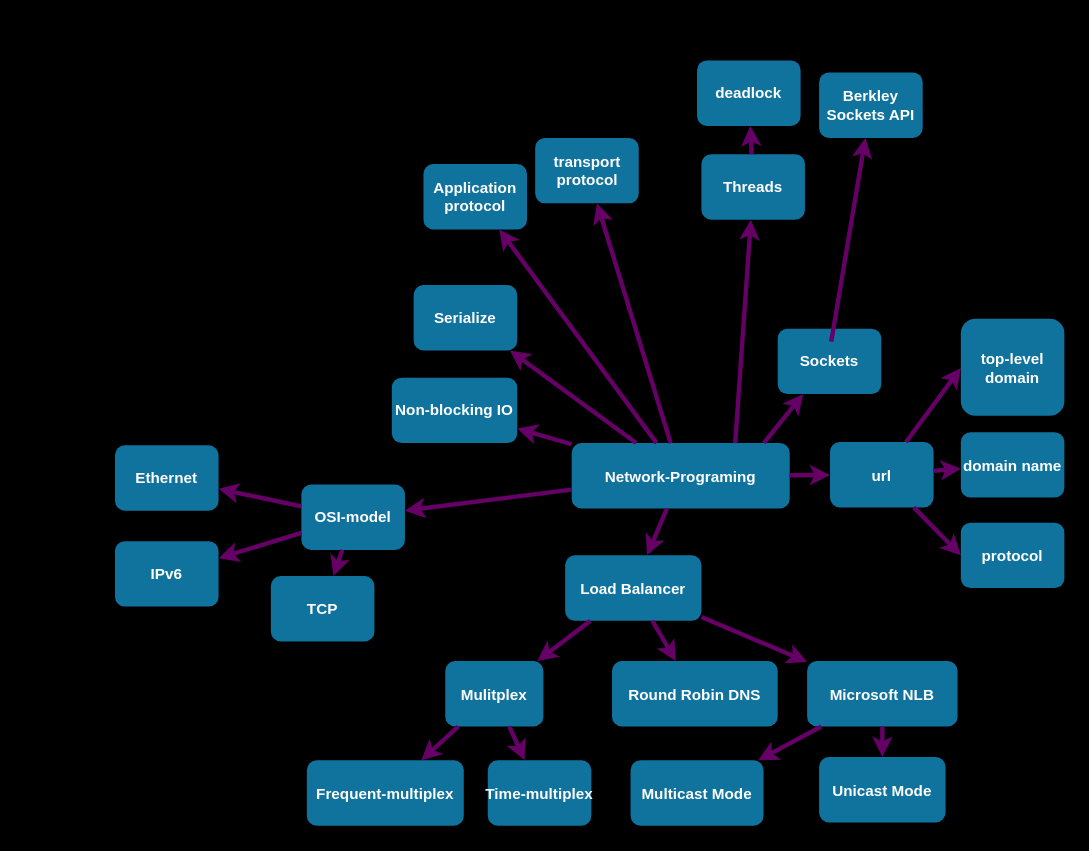
Earlier version of the draw.io diagram Nätverks.drawio (mogggen/Network-tests). Source tidied: cells renumbered, new cells numbered last; positions are measured from the earlier drawing's top-left corner, leaving out a move shared by most shapes. Both pictures are drawn from the tidied source at 109%, with x=0, y=0 at pixel (114, 60).
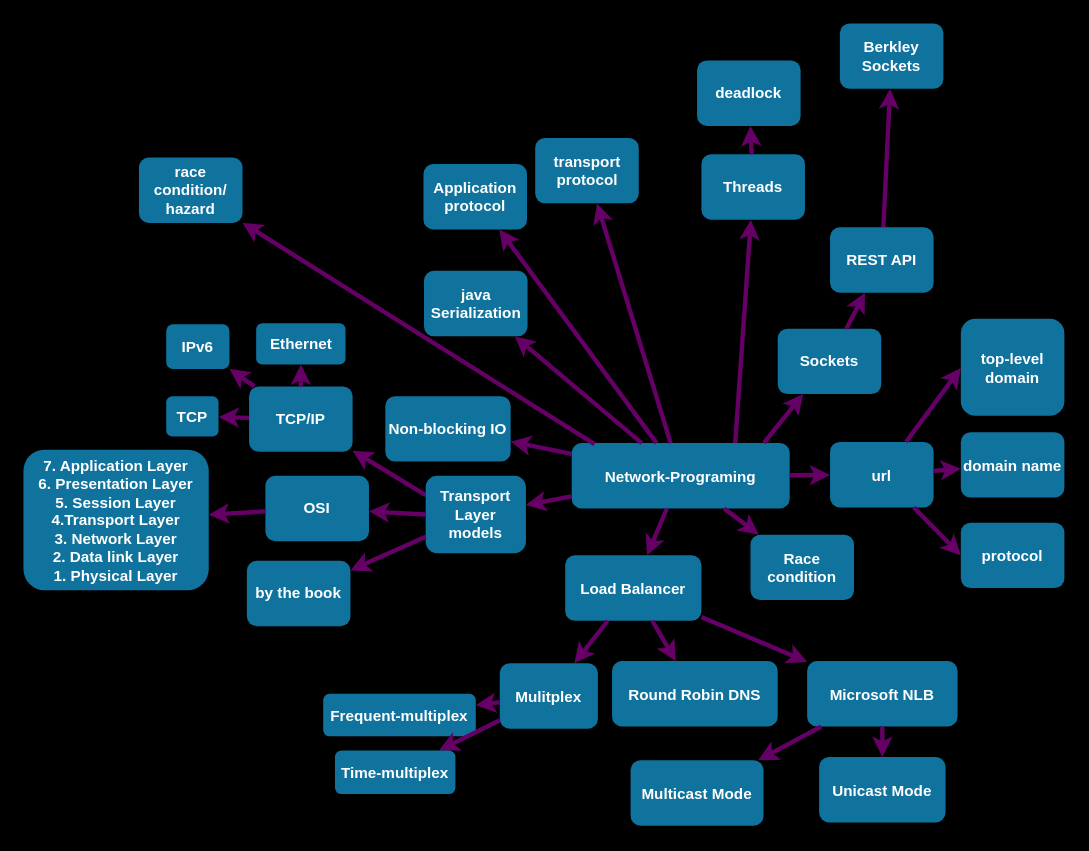
The same diagram, later.

Commit message:
more topics to topic tree

Unchanged cells that the change refers to:
```xml
<mxCell id="2" value="Network-Programing" style="rounded=1;fillColor=#10739E;strokeColor=none;shadow=1;gradientColor=none;fontStyle=1;fontColor=#FFFFFF;fontSize=14;" parent="1" vertex="1">
  <mxGeometry x="419" y="351" width="200" height="60" as="geometry" />
</mxCell>
<mxCell id="47" value="Sockets" style="rounded=1;fillColor=#10739E;strokeColor=none;shadow=1;gradientColor=none;fontStyle=1;fontColor=#FFFFFF;fontSize=14;whiteSpace=wrap;" parent="1" vertex="1">
  <mxGeometry x="608" y="246" width="95" height="60" as="geometry" />
</mxCell>
```

The edit, as a diff of the source:
```diff
@@
     <mxCell id="9" value="Mulitplex" style="rounded=1;fillColor=#10739E;strokeColor=none;shadow=1;gradientColor=none;fontStyle=1;fontColor=#FFFFFF;fontSize=14;" parent="1" vertex="1">
-      <mxGeometry x="303" y="551" width="90" height="60" as="geometry" />
+      <mxGeometry x="353" y="553" width="90" height="60" as="geometry" />
     </mxCell>
@@
     <mxCell id="15" value="Frequent-multiplex" style="rounded=1;fillColor=#10739E;strokeColor=none;shadow=1;gradientColor=none;fontStyle=1;fontColor=#FFFFFF;fontSize=14;" parent="1" vertex="1">
-      <mxGeometry x="176" y="642" width="144" height="60" as="geometry" />
+      <mxGeometry x="191" y="581" width="140" height="39" as="geometry" />
     </mxCell>
-    <mxCell id="16" style="endArrow=classic;html=1;strokeColor=#660066;strokeWidth=4;" parent="1" edge="1" source="9" target="15">
+    <mxCell id="16" style="endArrow=classic;html=1;strokeColor=#660066;strokeWidth=4;" parent="1" edge="1" source="9" target="17">
       <mxGeometry relative="1" as="geometry" />
     </mxCell>
     <mxCell id="17" value="Time-multiplex" style="rounded=1;fillColor=#10739E;strokeColor=none;shadow=1;gradientColor=none;fontStyle=1;fontColor=#FFFFFF;fontSize=14;" parent="1" vertex="1">
-      <mxGeometry x="342" y="642" width="95" height="60" as="geometry" />
+      <mxGeometry x="201.8" y="633" width="110.5" height="40" as="geometry" />
     </mxCell>
-    <mxCell id="18" style="endArrow=classic;html=1;strokeColor=#660066;strokeWidth=4;" parent="1" edge="1" source="9" target="17">
+    <mxCell id="18" style="endArrow=classic;html=1;strokeColor=#660066;strokeWidth=4;" parent="1" edge="1" source="9" target="15">
       <mxGeometry relative="1" as="geometry" />
     </mxCell>
@@
     <mxCell id="27" value="Non-blocking IO" style="rounded=1;fillColor=#10739E;strokeColor=none;shadow=1;gradientColor=none;fontStyle=1;fontColor=#FFFFFF;fontSize=14;whiteSpace=wrap;" parent="1" vertex="1">
-      <mxGeometry x="254" y="291" width="115" height="60" as="geometry" />
+      <mxGeometry x="248" y="308" width="115" height="60" as="geometry" />
     </mxCell>
@@
-    <mxCell id="29" value="OSI-model" style="rounded=1;fillColor=#10739E;strokeColor=none;shadow=1;gradientColor=none;fontStyle=1;fontColor=#FFFFFF;fontSize=14;whiteSpace=wrap;" parent="1" vertex="1">
-      <mxGeometry x="171" y="389" width="95" height="60" as="geometry" />
+    <mxCell id="29" value="TCP/IP" style="rounded=1;fillColor=#10739E;strokeColor=none;shadow=1;gradientColor=none;fontStyle=1;fontColor=#FFFFFF;fontSize=14;whiteSpace=wrap;" parent="1" vertex="1">
+      <mxGeometry x="123" y="299" width="95" height="60" as="geometry" />
     </mxCell>
-    <mxCell id="30" style="endArrow=classic;html=1;strokeColor=#660066;strokeWidth=4;" parent="1" edge="1" source="2" target="29">
+    <mxCell id="30" style="endArrow=classic;html=1;strokeColor=#660066;strokeWidth=4;exitX=0;exitY=0.25;exitDx=0;exitDy=0;" parent="1" edge="1" source="53" target="29">
       <mxGeometry relative="1" as="geometry" />
     </mxCell>
     <mxCell id="31" value="Ethernet" style="rounded=1;fillColor=#10739E;strokeColor=none;shadow=1;gradientColor=none;fontStyle=1;fontColor=#FFFFFF;fontSize=14;whiteSpace=wrap;" parent="1" vertex="1">
-      <mxGeometry y="353" width="95" height="60" as="geometry" />
+      <mxGeometry x="129.5" y="241" width="82" height="38" as="geometry" />
     </mxCell>
@@
     <mxCell id="33" value="IPv6" style="rounded=1;fillColor=#10739E;strokeColor=none;shadow=1;gradientColor=none;fontStyle=1;fontColor=#FFFFFF;fontSize=14;whiteSpace=wrap;" parent="1" vertex="1">
-      <mxGeometry y="441" width="95" height="60" as="geometry" />
+      <mxGeometry x="47" y="242" width="58" height="41" as="geometry" />
     </mxCell>
@@
     <mxCell id="35" value="TCP" style="rounded=1;fillColor=#10739E;strokeColor=none;shadow=1;gradientColor=none;fontStyle=1;fontColor=#FFFFFF;fontSize=14;whiteSpace=wrap;" parent="1" vertex="1">
-      <mxGeometry x="143" y="473" width="95" height="60" as="geometry" />
+      <mxGeometry x="47" y="308" width="48" height="37" as="geometry" />
     </mxCell>
@@
-    <mxCell id="41" value="Serialize" style="rounded=1;fillColor=#10739E;strokeColor=none;shadow=1;gradientColor=none;fontStyle=1;fontColor=#FFFFFF;fontSize=14;whiteSpace=wrap;" parent="1" vertex="1">
-      <mxGeometry x="274" y="206" width="95" height="60" as="geometry" />
+    <mxCell id="41" value="java&#10;Serialization" style="rounded=1;fillColor=#10739E;strokeColor=none;shadow=1;gradientColor=none;fontStyle=1;fontColor=#FFFFFF;fontSize=14;whiteSpace=wrap;" parent="1" vertex="1">
+      <mxGeometry x="283.5" y="193" width="95" height="60" as="geometry" />
     </mxCell>
@@
-    <mxCell id="49" value="Berkley Sockets API" style="rounded=1;fillColor=#10739E;strokeColor=none;shadow=1;gradientColor=none;fontStyle=1;fontColor=#FFFFFF;fontSize=14;whiteSpace=wrap;" parent="1" vertex="1">
-      <mxGeometry x="646" y="11" width="95" height="60" as="geometry" />
+    <mxCell id="49" value="Berkley Sockets" style="rounded=1;fillColor=#10739E;strokeColor=none;shadow=1;gradientColor=none;fontStyle=1;fontColor=#FFFFFF;fontSize=14;whiteSpace=wrap;" parent="1" vertex="1">
+      <mxGeometry x="665" y="-34" width="95" height="60" as="geometry" />
     </mxCell>
-    <mxCell id="50" style="endArrow=classic;html=1;strokeColor=#660066;strokeWidth=4;" parent="1" edge="1" target="49">
-      <mxGeometry relative="1" as="geometry">
-        <mxPoint x="657.1" y="258" as="sourcePoint" />
-      </mxGeometry>
+    <mxCell id="50" style="endArrow=classic;html=1;strokeColor=#660066;strokeWidth=4;" parent="1" edge="1" source="51" target="49">
+      <mxGeometry relative="1" as="geometry" />
     </mxCell>
+    <mxCell id="51" value="REST API" style="rounded=1;fillColor=#10739E;strokeColor=none;shadow=1;gradientColor=none;fontStyle=1;fontColor=#FFFFFF;fontSize=14;whiteSpace=wrap;" parent="1" vertex="1">
+      <mxGeometry x="656" y="153" width="95" height="60" as="geometry" />
+    </mxCell>
+    <mxCell id="52" style="endArrow=classic;html=1;strokeColor=#660066;strokeWidth=4;" parent="1" edge="1" source="47" target="51">
+      <mxGeometry relative="1" as="geometry" />
+    </mxCell>
+    <mxCell id="53" value="Transport Layer models" style="rounded=1;fillColor=#10739E;strokeColor=none;shadow=1;gradientColor=none;fontStyle=1;fontColor=#FFFFFF;fontSize=14;whiteSpace=wrap;" parent="1" vertex="1">
+      <mxGeometry x="285" y="381" width="92" height="71" as="geometry" />
+    </mxCell>
+    <mxCell id="54" style="endArrow=classic;html=1;strokeColor=#660066;strokeWidth=4;" parent="1" edge="1" source="2" target="53">
+      <mxGeometry relative="1" as="geometry" />
+    </mxCell>
+    <mxCell id="55" value="Race condition" style="rounded=1;fillColor=#10739E;strokeColor=none;shadow=1;gradientColor=none;fontStyle=1;fontColor=#FFFFFF;fontSize=14;whiteSpace=wrap;" parent="1" vertex="1">
+      <mxGeometry x="583" y="435" width="95" height="60" as="geometry" />
+    </mxCell>
+    <mxCell id="56" style="endArrow=classic;html=1;strokeColor=#660066;strokeWidth=4;" parent="1" edge="1" source="2" target="55">
+      <mxGeometry relative="1" as="geometry" />
+    </mxCell>
+    <mxCell id="57" value="OSI" style="rounded=1;fillColor=#10739E;strokeColor=none;shadow=1;gradientColor=none;fontStyle=1;fontColor=#FFFFFF;fontSize=14;whiteSpace=wrap;" parent="1" vertex="1">
+      <mxGeometry x="138" y="381" width="95" height="60" as="geometry" />
+    </mxCell>
+    <mxCell id="58" style="endArrow=classic;html=1;strokeColor=#660066;strokeWidth=4;exitX=0;exitY=0.5;exitDx=0;exitDy=0;" parent="1" edge="1" source="53" target="57">
+      <mxGeometry relative="1" as="geometry" />
+    </mxCell>
+    <mxCell id="59" value="7. Application Layer&#10;6. Presentation Layer&#10;5. Session Layer&#10;4.Transport Layer&#10;3. Network Layer&#10;2. Data link Layer&#10;1. Physical Layer" style="rounded=1;fillColor=#10739E;strokeColor=none;shadow=1;gradientColor=none;fontStyle=1;fontColor=#FFFFFF;fontSize=14;whiteSpace=wrap;verticalAlign=top;labelBorderColor=none;" parent="1" vertex="1">
+      <mxGeometry x="-84" y="357" width="170" height="129" as="geometry" />
+    </mxCell>
+    <mxCell id="60" style="endArrow=classic;html=1;strokeColor=#660066;strokeWidth=4;" parent="1" edge="1" source="57" target="59">
+      <mxGeometry relative="1" as="geometry" />
+    </mxCell>
+    <mxCell id="61" value="race condition/&#10;hazard" style="rounded=1;fillColor=#10739E;strokeColor=none;shadow=1;gradientColor=none;fontStyle=1;fontColor=#FFFFFF;fontSize=14;whiteSpace=wrap;" parent="1" vertex="1">
+      <mxGeometry x="22" y="89" width="95" height="60" as="geometry" />
+    </mxCell>
+    <mxCell id="62" style="endArrow=classic;html=1;strokeColor=#660066;strokeWidth=4;exitX=0.105;exitY=0.017;exitDx=0;exitDy=0;exitPerimeter=0;" parent="1" edge="1" source="2" target="61">
+      <mxGeometry relative="1" as="geometry" />
+    </mxCell>
+    <mxCell id="63" value="by the book" style="rounded=1;fillColor=#10739E;strokeColor=none;shadow=1;gradientColor=none;fontStyle=1;fontColor=#FFFFFF;fontSize=14;whiteSpace=wrap;" parent="1" vertex="1">
+      <mxGeometry x="121" y="459" width="95" height="60" as="geometry" />
+    </mxCell>
+    <mxCell id="64" style="endArrow=classic;html=1;strokeColor=#660066;strokeWidth=4;" parent="1" edge="1" source="53" target="63">
+      <mxGeometry relative="1" as="geometry" />
+    </mxCell>
```
